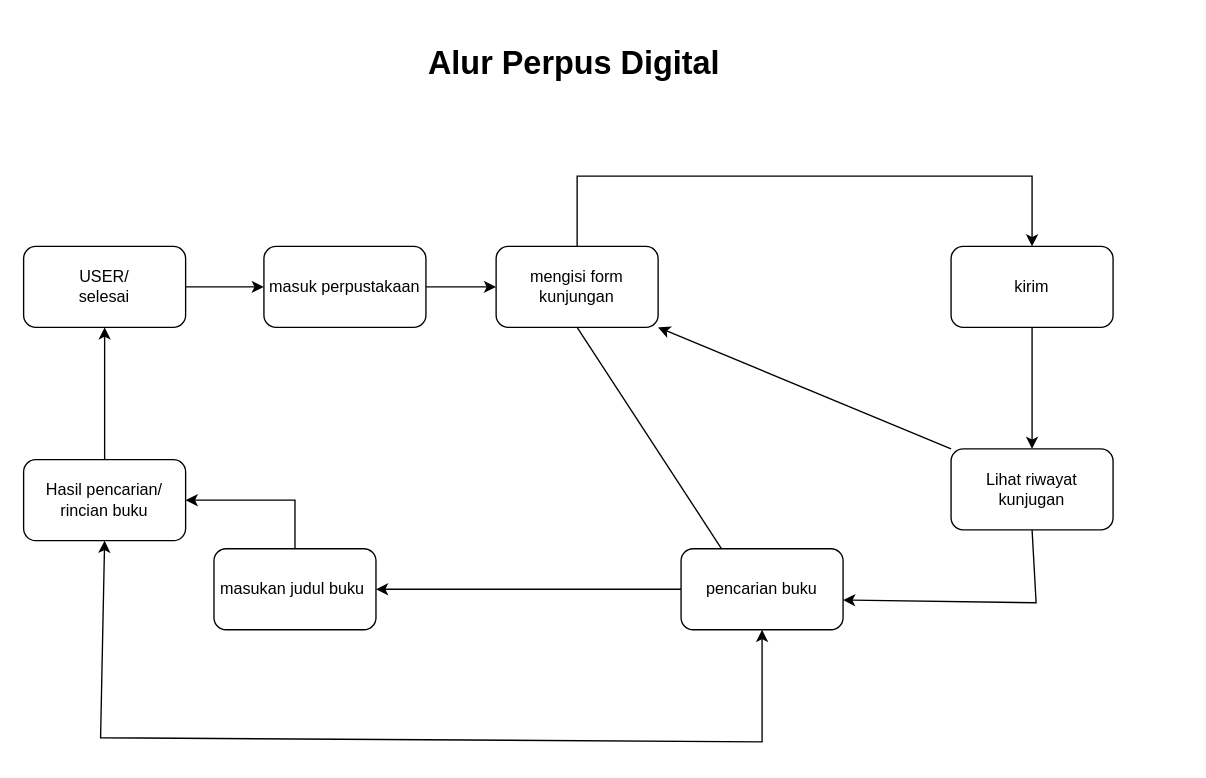
This is Alur-perpus-Digital.drawio from FahrulNa/Alur-Perpus-Digital, a draw.io file, before an edit. Source tidied: cells renumbered, new cells numbered last; positions are measured from the earlier drawing's top-left corner, leaving out a move shared by most shapes. Both pictures are drawn from the tidied source at 135%, with x=0, y=0 at pixel (23, 36).
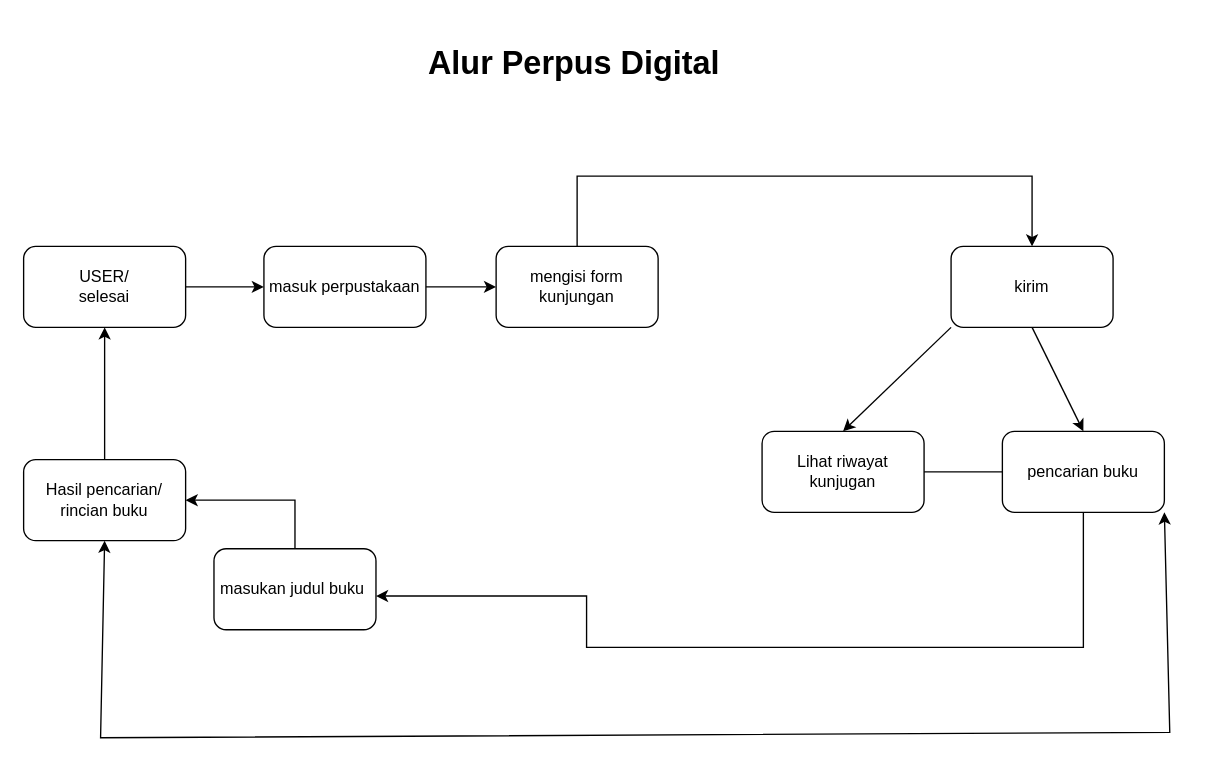
After the change.

The change refers to these unchanged cells:
```xml
<mxCell id="5" value="mengisi form kunjungan" style="rounded=1;whiteSpace=wrap;html=1;" parent="1" vertex="1">
  <mxGeometry x="350" y="155" width="120" height="60" as="geometry" />
</mxCell>
<mxCell id="11" value="kirim" style="whiteSpace=wrap;html=1;rounded=1;" parent="1" vertex="1">
  <mxGeometry x="687" y="155" width="120" height="60" as="geometry" />
</mxCell>
<mxCell id="15" value="masukan judul buku&amp;nbsp;" style="rounded=1;whiteSpace=wrap;html=1;" parent="1" vertex="1">
  <mxGeometry x="141" y="379" width="120" height="60" as="geometry" />
</mxCell>
<mxCell id="16" value="Hasil pencarian/&lt;br&gt;rincian buku" style="rounded=1;whiteSpace=wrap;html=1;" parent="1" vertex="1">
  <mxGeometry y="313" width="120" height="60" as="geometry" />
</mxCell>
```

Diff of the diagram source:
```diff
@@
     <mxCell id="6" value="Lihat riwayat kunjugan" style="rounded=1;whiteSpace=wrap;html=1;" parent="1" vertex="1">
-      <mxGeometry x="687" y="305" width="120" height="60" as="geometry" />
+      <mxGeometry x="547" y="292" width="120" height="60" as="geometry" />
     </mxCell>
     <mxCell id="7" style="edgeStyle=orthogonalEdgeStyle;rounded=0;jettySize=auto;html=1;" parent="1" edge="1" source="8" target="15">
-      <mxGeometry relative="1" as="geometry" />
+      <mxGeometry relative="1" as="geometry">
+        <Array as="points">
+          <mxPoint x="417" y="452" />
+          <mxPoint x="417" y="414" />
+        </Array>
+      </mxGeometry>
     </mxCell>
     <mxCell id="8" value="pencarian buku" style="rounded=1;whiteSpace=wrap;html=1;" parent="1" vertex="1">
-      <mxGeometry x="487" y="379" width="120" height="60" as="geometry" />
+      <mxGeometry x="725" y="292" width="120" height="60" as="geometry" />
     </mxCell>
@@
-    <mxCell id="12" style="endArrow=classic;html=1;rounded=0;exitX=0.5;exitY=1;exitDx=0;exitDy=0;entryX=0.5;entryY=0;entryDx=0;entryDy=0;" parent="1" edge="1" source="11" target="6">
+    <mxCell id="12" style="endArrow=classic;html=1;rounded=0;exitX=0;exitY=1;exitDx=0;exitDy=0;entryX=0.5;entryY=0;entryDx=0;entryDy=0;" parent="1" edge="1" source="11" target="6">
       <mxGeometry relative="1" as="geometry" />
     </mxCell>
-    <mxCell id="13" style="endArrow=classic;html=1;rounded=0;entryX=1;entryY=1;entryDx=0;entryDy=0;exitX=0;exitY=0;exitDx=0;exitDy=0;" parent="1" edge="1" source="6" target="5">
-      <mxGeometry relative="1" as="geometry" />
-    </mxCell>
-    <mxCell id="14" style="edgeStyle=none;jettySize=auto;html=1;rounded=0;exitX=0.5;exitY=1;exitDx=0;exitDy=0;entryX=1;entryY=0.633;entryDx=0;entryDy=0;entryPerimeter=0;" parent="1" edge="1" source="6" target="8">
-      <mxGeometry relative="1" as="geometry">
-        <Array as="points">
-          <mxPoint x="750" y="419" />
-        </Array>
-      </mxGeometry>
-    </mxCell>
@@
-    <mxCell id="17" style="endArrow=none;html=1;rounded=0;entryX=0.5;entryY=1;entryDx=0;entryDy=0;exitX=0.25;exitY=0;exitDx=0;exitDy=0;" parent="1" edge="1" source="8" target="5">
-      <mxGeometry relative="1" as="geometry" />
-    </mxCell>
@@
-    <mxCell id="19" style="endArrow=classic;startArrow=classic;html=1;rounded=0;exitX=0.5;exitY=1;exitDx=0;exitDy=0;entryX=0.5;entryY=1;entryDx=0;entryDy=0;" parent="1" edge="1" source="16" target="8">
+    <mxCell id="19" style="endArrow=classic;startArrow=classic;html=1;rounded=0;exitX=0.5;exitY=1;exitDx=0;exitDy=0;entryX=1;entryY=1;entryDx=0;entryDy=0;" parent="1" edge="1" source="16" target="8">
       <mxGeometry relative="1" as="geometry">
         <Array as="points">
           <mxPoint x="57" y="519" />
-          <mxPoint x="547" y="522" />
+          <mxPoint x="849" y="515" />
         </Array>
       </mxGeometry>
     </mxCell>
@@
+    <mxCell id="14" style="endArrow=none;html=1;rounded=0;entryX=0;entryY=0.5;entryDx=0;entryDy=0;exitX=1;exitY=0.5;exitDx=0;exitDy=0;" parent="1" edge="1" source="6" target="8">
+      <mxGeometry relative="1" as="geometry" />
+    </mxCell>
+    <mxCell id="22" style="endArrow=classic;html=1;rounded=0;exitX=0.5;exitY=1;exitDx=0;exitDy=0;entryX=0.5;entryY=0;entryDx=0;entryDy=0;" parent="1" edge="1" source="11" target="8">
+      <mxGeometry relative="1" as="geometry" />
+    </mxCell>
```
